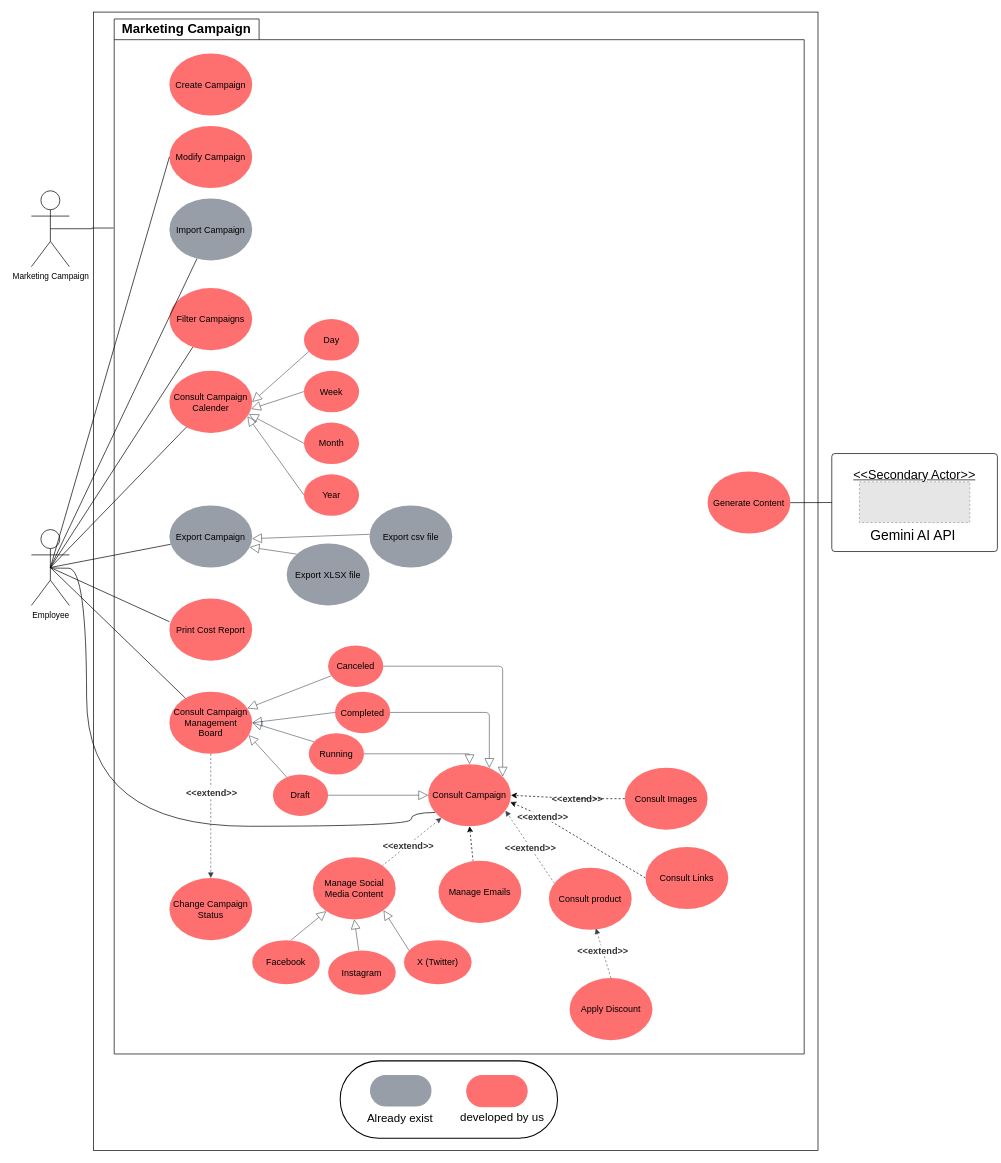
Earlier version of the draw.io diagram Untitled Diagram.drawio (oarouay/CV). Source tidied: cells renumbered, new cells numbered last; positions are measured from the earlier drawing's top-left corner, leaving out a move shared by most shapes. Both pictures are drawn from the tidied source at 69%, with x=0, y=0 at pixel (31, 12). Pictures stored in the file or linked from it are replaced by grey dashed boxes.
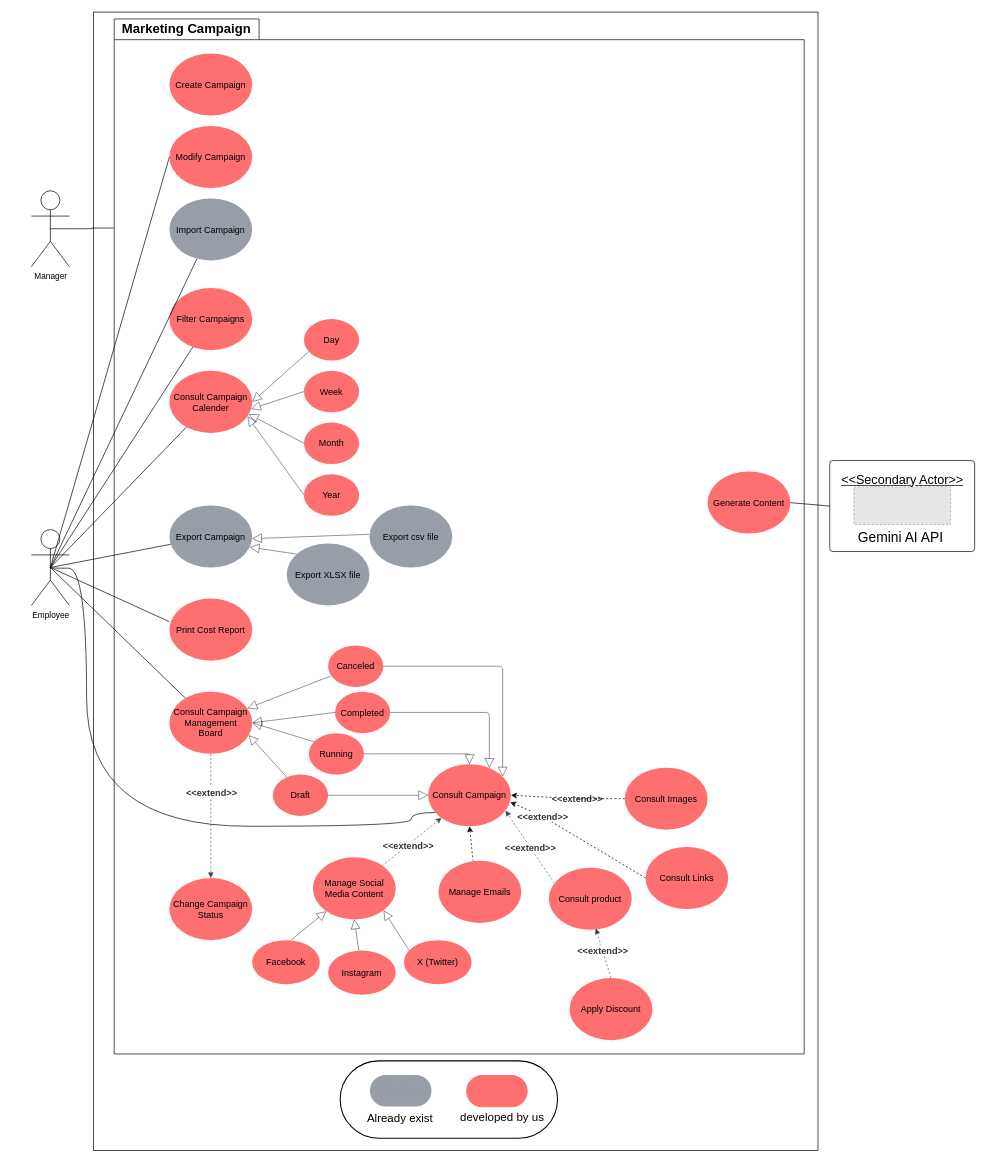
Above is the later version.

The edit, as a diff of the source:
```diff
@@
-    <mxCell id="45" value="Marketing Campaign" style="shape=umlActor;verticalLabelPosition=bottom;verticalAlign=top;html=1;outlineConnect=0;" parent="1" vertex="1">
+    <mxCell id="45" value="Manager" style="shape=umlActor;verticalLabelPosition=bottom;verticalAlign=top;html=1;outlineConnect=0;" parent="1" vertex="1">
       <mxGeometry y="259" width="55" height="110" as="geometry" />
     </mxCell>
@@
+    <mxCell id="90" style="group;" parent="1" vertex="1">
+      <mxGeometry x="1157" y="650" width="210" height="131.8" as="geometry" />
+    </mxCell>
-    <mxCell id="86" style="html=1;overflow=block;blockSpacing=1;whiteSpace=wrap;fontSize=13;spacing=9;strokeOpacity=100;rounded=1;absoluteArcSize=1;arcSize=9;fillColor=none;strokeWidth=NaN;lucidId=E~7jlNj8dY38;" parent="1" vertex="1">
-      <mxGeometry x="1160" y="639.8" width="240" height="142" as="geometry" />
+    <mxCell id="86" style="html=1;overflow=block;blockSpacing=1;whiteSpace=wrap;fontSize=13;spacing=9;strokeOpacity=100;rounded=1;absoluteArcSize=1;arcSize=9;fillColor=none;strokeWidth=NaN;lucidId=E~7jlNj8dY38;" parent="90" vertex="1">
+      <mxGeometry width="210" height="131.8" as="geometry" />
     </mxCell>
-    <mxCell id="87" style="fillColor=#E6E6E6;strokeColor=#999999;dashed=1;html=1;whiteSpace=wrap;fontSize=13;spacing=0;" parent="1" vertex="1">
-      <mxGeometry x="1200" y="680.8" width="160" height="59" as="geometry" />
+    <mxCell id="87" style="fillColor=#E6E6E6;strokeColor=#999999;dashed=1;html=1;whiteSpace=wrap;fontSize=13;spacing=0;" parent="90" vertex="1">
+      <mxGeometry x="35" y="38" width="140" height="54.7" as="geometry" />
     </mxCell>
-    <mxCell id="88" value="&amp;lt;&amp;lt;Secondary Actor&amp;gt;&amp;gt;" style="html=1;overflow=block;blockSpacing=1;whiteSpace=wrap;fontSize=18.3;fontStyle=4;spacing=0;strokeOpacity=100;rounded=1;absoluteArcSize=1;arcSize=9;fillColor=none;strokeWidth=NaN;strokeColor=none;lucidId=hWtdJyMZwoP_;" parent="1" vertex="1">
-      <mxGeometry x="1172" y="651.8" width="216" height="36" as="geometry" />
+    <mxCell id="88" value="&amp;lt;&amp;lt;Secondary Actor&amp;gt;&amp;gt;" style="html=1;overflow=block;blockSpacing=1;whiteSpace=wrap;fontSize=18.3;fontStyle=4;spacing=0;strokeOpacity=100;rounded=1;absoluteArcSize=1;arcSize=9;fillColor=none;strokeWidth=NaN;strokeColor=none;lucidId=hWtdJyMZwoP_;" parent="90" vertex="1">
+      <mxGeometry x="10.5" y="11.1" width="189" height="33.4" as="geometry" />
     </mxCell>
-    <mxCell id="89" value="Gemini AI API" style="html=1;overflow=block;blockSpacing=1;whiteSpace=wrap;fontSize=20;spacing=0;strokeOpacity=100;rounded=1;absoluteArcSize=1;arcSize=9;fillColor=none;strokeWidth=NaN;strokeColor=none;lucidId=pXtdpFWDbdGD;" parent="1" vertex="1">
-      <mxGeometry x="1207" y="739.8" width="142" height="36" as="geometry" />
+    <mxCell id="89" value="Gemini AI API" style="html=1;overflow=block;blockSpacing=1;whiteSpace=wrap;fontSize=20;spacing=0;strokeOpacity=100;rounded=1;absoluteArcSize=1;arcSize=9;fillColor=none;strokeWidth=NaN;strokeColor=none;lucidId=pXtdpFWDbdGD;" parent="90" vertex="1">
+      <mxGeometry x="41.1" y="92.8" width="124.2" height="33.4" as="geometry" />
     </mxCell>
```
